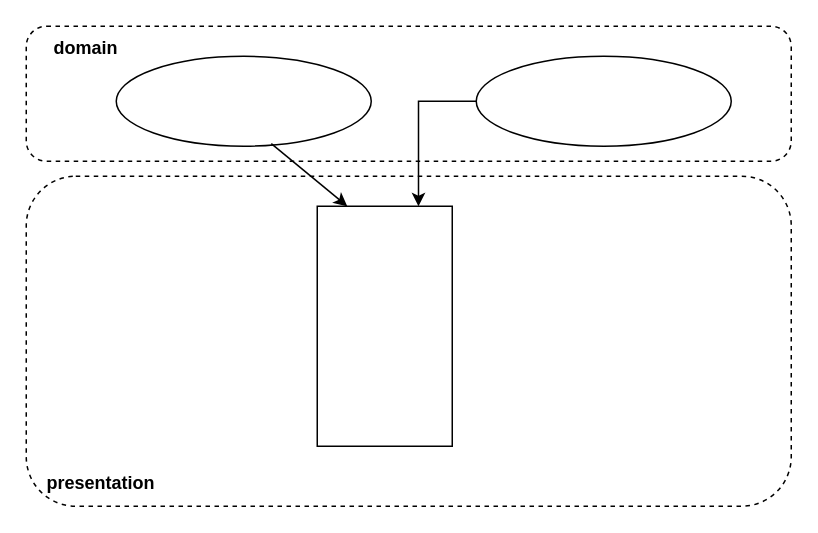
The draw.io diagram Диаграмма без названия.drawio in AleksandrRegulus/Kotlin-Module-Project, before the edit. Source tidied: cells renumbered, new cells numbered last; positions are measured from the earlier drawing's top-left corner, leaving out a move shared by most shapes. Both pictures are drawn from the tidied source at 150%, with x=0, y=0 at pixel (26, 26).
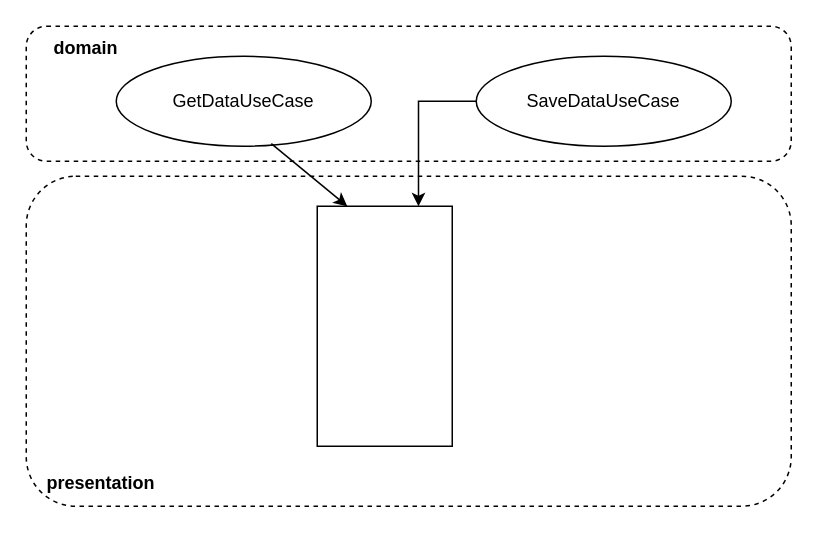
The same page after the edit.

The edit, as a diff of the source:
```diff
@@
 <mxGraphModel>
   <root>
     <mxCell id="0" />
     <mxCell id="1" parent="0" />
     <mxCell id="2" style="rounded=1;whiteSpace=wrap;html=1;dashed=1;" parent="1" vertex="1">
       <mxGeometry y="100" width="510" height="220" as="geometry" />
     </mxCell>
     <mxCell id="3" style="rounded=1;whiteSpace=wrap;html=1;dashed=1;" parent="1" vertex="1">
       <mxGeometry width="510" height="90" as="geometry" />
     </mxCell>
     <mxCell id="4" style="rounded=0;whiteSpace=wrap;html=1;" parent="1" vertex="1">
       <mxGeometry x="194" y="120" width="90" height="160" as="geometry" />
     </mxCell>
-    <mxCell id="5" style="ellipse;whiteSpace=wrap;html=1;" parent="1" vertex="1">
+    <mxCell id="5" value="GetDataUseCase" style="ellipse;whiteSpace=wrap;html=1;" parent="1" vertex="1">
       <mxGeometry x="60" y="20" width="170" height="60" as="geometry" />
     </mxCell>
     <mxCell id="6" style="edgeStyle=orthogonalEdgeStyle;rounded=0;jettySize=auto;html=1;exitX=0;exitY=0.5;exitDx=0;exitDy=0;entryX=0.75;entryY=0;entryDx=0;entryDy=0;" parent="1" edge="1" source="7" target="4">
       <mxGeometry relative="1" as="geometry">
         <Array as="points">
           <mxPoint x="261" y="50" />
         </Array>
       </mxGeometry>
     </mxCell>
-    <mxCell id="7" style="ellipse;whiteSpace=wrap;html=1;" parent="1" vertex="1">
+    <mxCell id="7" value="SaveDataUseCase" style="ellipse;whiteSpace=wrap;html=1;" parent="1" vertex="1">
       <mxGeometry x="300" y="20" width="170" height="60" as="geometry" />
     </mxCell>
     <mxCell id="8" style="endArrow=classic;html=1;rounded=0;exitX=0.608;exitY=0.971;exitDx=0;exitDy=0;entryX=0.5;entryY=0;entryDx=0;entryDy=0;exitPerimeter=0;" parent="1" edge="1" source="5">
       <mxGeometry relative="1" as="geometry">
         <mxPoint x="214" y="120" as="targetPoint" />
       </mxGeometry>
     </mxCell>
     <mxCell id="9" value="&lt;b&gt;presentation&lt;/b&gt;" style="text;html=1;strokeColor=none;fillColor=none;align=center;verticalAlign=middle;whiteSpace=wrap;rounded=0;" parent="1" vertex="1">
       <mxGeometry x="20" y="290" width="60" height="30" as="geometry" />
     </mxCell>
     <mxCell id="10" value="&lt;b&gt;domain&lt;br&gt;&lt;/b&gt;" style="text;html=1;strokeColor=none;fillColor=none;align=center;verticalAlign=middle;whiteSpace=wrap;rounded=0;" parent="1" vertex="1">
       <mxGeometry x="10" width="60" height="30" as="geometry" />
     </mxCell>
   </root>
 </mxGraphModel>
```
